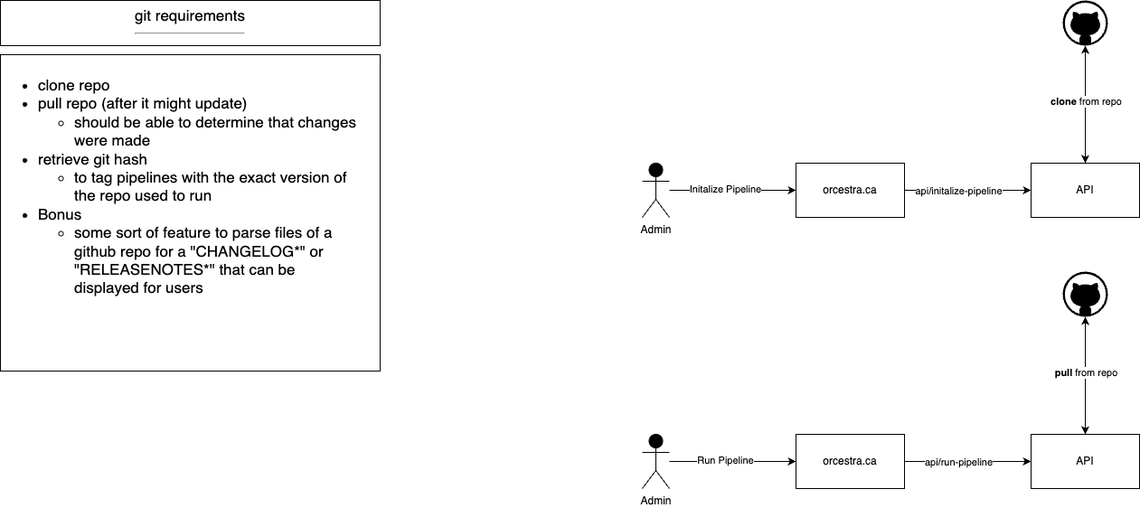
Earlier version of the draw.io export docs/requirements/git/git-requirements.drawio.png (bhklab/ORCESTRA-api). Source tidied: cells renumbered, new cells last; positions are measured from the earlier drawing's top-left corner, leaving out a move shared by most shapes. Its diagram source:
```xml
<mxGraphModel background="#FFFFFF">
  <root>
    <mxCell id="0" />
    <mxCell id="1" parent="0" />
    <mxCell id="2" value="git requirements&lt;br&gt;&lt;hr&gt;" style="whiteSpace=wrap;html=1;fontSize=17;align=center;verticalAlign=top;" parent="1" vertex="1">
      <mxGeometry width="420" height="50" as="geometry" />
    </mxCell>
    <mxCell id="3" value="&lt;ul&gt;&lt;li style=&quot;border-color: var(--border-color); text-align: left;&quot;&gt;clone repo&lt;/li&gt;&lt;li style=&quot;border-color: var(--border-color); text-align: left;&quot;&gt;pull repo (after it might update)&lt;/li&gt;&lt;ul&gt;&lt;li style=&quot;border-color: var(--border-color); text-align: left;&quot;&gt;should be able to determine that changes were made&lt;/li&gt;&lt;/ul&gt;&lt;li style=&quot;border-color: var(--border-color);&quot;&gt;retrieve git hash&amp;nbsp;&lt;/li&gt;&lt;ul&gt;&lt;li style=&quot;border-color: var(--border-color);&quot;&gt;to tag pipelines with the exact version of the repo used to run&amp;nbsp;&lt;/li&gt;&lt;/ul&gt;&lt;li style=&quot;border-color: var(--border-color);&quot;&gt;Bonus&lt;/li&gt;&lt;ul&gt;&lt;li style=&quot;border-color: var(--border-color);&quot;&gt;some sort of feature to parse files of a github repo for a &quot;CHANGELOG*&quot; or &quot;RELEASENOTES*&quot; that can be displayed for users&lt;/li&gt;&lt;/ul&gt;&lt;/ul&gt;" style="whiteSpace=wrap;html=1;fontSize=17;align=left;verticalAlign=top;spacingRight=18;" parent="1" vertex="1">
      <mxGeometry y="60" width="420" height="350" as="geometry" />
    </mxCell>
    <mxCell id="4" style="verticalLabelPosition=bottom;html=1;verticalAlign=top;align=center;strokeColor=none;fillColor=#000000;shape=mxgraph.azure.github_code;" parent="1" vertex="1">
      <mxGeometry x="1175" width="50" height="50" as="geometry" />
    </mxCell>
    <mxCell id="5" style="edgeStyle=none;html=1;entryX=0;entryY=0.5;entryDx=0;entryDy=0;fontColor=#000000;startArrow=none;startFill=0;" parent="1" edge="1" source="7" target="13">
      <mxGeometry relative="1" as="geometry" />
    </mxCell>
    <mxCell id="6" value="Initalize Pipeline" style="edgeLabel;html=1;align=center;verticalAlign=middle;fontColor=#000000;" parent="5" vertex="1">
      <mxGeometry x="-0.13" y="2" relative="1" as="geometry" />
    </mxCell>
    <mxCell id="7" value="Admin" style="shape=umlActor;verticalLabelPosition=bottom;verticalAlign=top;html=1;outlineConnect=0;fontColor=#000000;fillColor=#000000;" parent="1" vertex="1">
      <mxGeometry x="710" y="180" width="30" height="60" as="geometry" />
    </mxCell>
    <mxCell id="8" style="edgeStyle=none;html=1;entryX=0.5;entryY=1;entryDx=0;entryDy=0;entryPerimeter=0;fontColor=#000000;startArrow=classic;startFill=1;" parent="1" edge="1" source="10" target="4">
      <mxGeometry relative="1" as="geometry" />
    </mxCell>
    <mxCell id="9" value="&lt;b&gt;clone&lt;/b&gt; from repo" style="edgeLabel;html=1;align=center;verticalAlign=middle;fontColor=#000000;" parent="8" vertex="1">
      <mxGeometry x="0.06" y="4" relative="1" as="geometry">
        <mxPoint x="4" as="offset" />
      </mxGeometry>
    </mxCell>
    <mxCell id="10" value="API" style="whiteSpace=wrap;html=1;fontColor=#000000;fillColor=none;" parent="1" vertex="1">
      <mxGeometry x="1140" y="180" width="120" height="60" as="geometry" />
    </mxCell>
    <mxCell id="11" style="edgeStyle=none;html=1;entryX=0;entryY=0.5;entryDx=0;entryDy=0;fontColor=#000000;startArrow=none;startFill=0;" parent="1" edge="1" source="13" target="10">
      <mxGeometry relative="1" as="geometry" />
    </mxCell>
    <mxCell id="12" value="api/initalize-pipeline" style="edgeLabel;html=1;align=center;verticalAlign=middle;fontColor=#000000;" parent="11" vertex="1">
      <mxGeometry x="-0.16" relative="1" as="geometry" />
    </mxCell>
    <mxCell id="13" value="orcestra.ca" style="whiteSpace=wrap;html=1;fontColor=#000000;fillColor=none;" parent="1" vertex="1">
      <mxGeometry x="880" y="180" width="120" height="60" as="geometry" />
    </mxCell>
    <mxCell id="14" style="verticalLabelPosition=bottom;html=1;verticalAlign=top;align=center;strokeColor=none;fillColor=#000000;shape=mxgraph.azure.github_code;" parent="1" vertex="1">
      <mxGeometry x="1175" y="300" width="50" height="50" as="geometry" />
    </mxCell>
    <mxCell id="15" style="edgeStyle=none;html=1;entryX=0;entryY=0.5;entryDx=0;entryDy=0;fontColor=#000000;startArrow=none;startFill=0;" parent="1" edge="1" source="17" target="23">
      <mxGeometry relative="1" as="geometry" />
    </mxCell>
    <mxCell id="16" value="Run Pipeline" style="edgeLabel;html=1;align=center;verticalAlign=middle;fontColor=#000000;" parent="15" vertex="1">
      <mxGeometry x="-0.13" y="2" relative="1" as="geometry" />
    </mxCell>
    <mxCell id="17" value="Admin" style="shape=umlActor;verticalLabelPosition=bottom;verticalAlign=top;html=1;outlineConnect=0;fontColor=#000000;fillColor=#000000;" parent="1" vertex="1">
      <mxGeometry x="710" y="480" width="30" height="60" as="geometry" />
    </mxCell>
    <mxCell id="18" style="edgeStyle=none;html=1;entryX=0.5;entryY=1;entryDx=0;entryDy=0;entryPerimeter=0;fontColor=#000000;startArrow=classic;startFill=1;" parent="1" edge="1" source="20" target="14">
      <mxGeometry relative="1" as="geometry" />
    </mxCell>
    <mxCell id="19" value="&lt;b&gt;pull&lt;/b&gt; from repo" style="edgeLabel;html=1;align=center;verticalAlign=middle;fontColor=#000000;" parent="18" vertex="1">
      <mxGeometry x="0.06" y="4" relative="1" as="geometry">
        <mxPoint x="4" as="offset" />
      </mxGeometry>
    </mxCell>
    <mxCell id="20" value="API" style="whiteSpace=wrap;html=1;fontColor=#000000;fillColor=none;" parent="1" vertex="1">
      <mxGeometry x="1140" y="480" width="120" height="60" as="geometry" />
    </mxCell>
    <mxCell id="21" style="edgeStyle=none;html=1;entryX=0;entryY=0.5;entryDx=0;entryDy=0;fontColor=#000000;startArrow=none;startFill=0;" parent="1" edge="1" source="23" target="20">
      <mxGeometry relative="1" as="geometry" />
    </mxCell>
    <mxCell id="22" value="api/run-pipeline" style="edgeLabel;html=1;align=center;verticalAlign=middle;fontColor=#000000;" parent="21" vertex="1">
      <mxGeometry x="-0.16" relative="1" as="geometry" />
    </mxCell>
    <mxCell id="23" value="orcestra.ca" style="whiteSpace=wrap;html=1;fontColor=#000000;fillColor=none;" parent="1" vertex="1">
      <mxGeometry x="880" y="480" width="120" height="60" as="geometry" />
    </mxCell>
  </root>
</mxGraphModel>
```
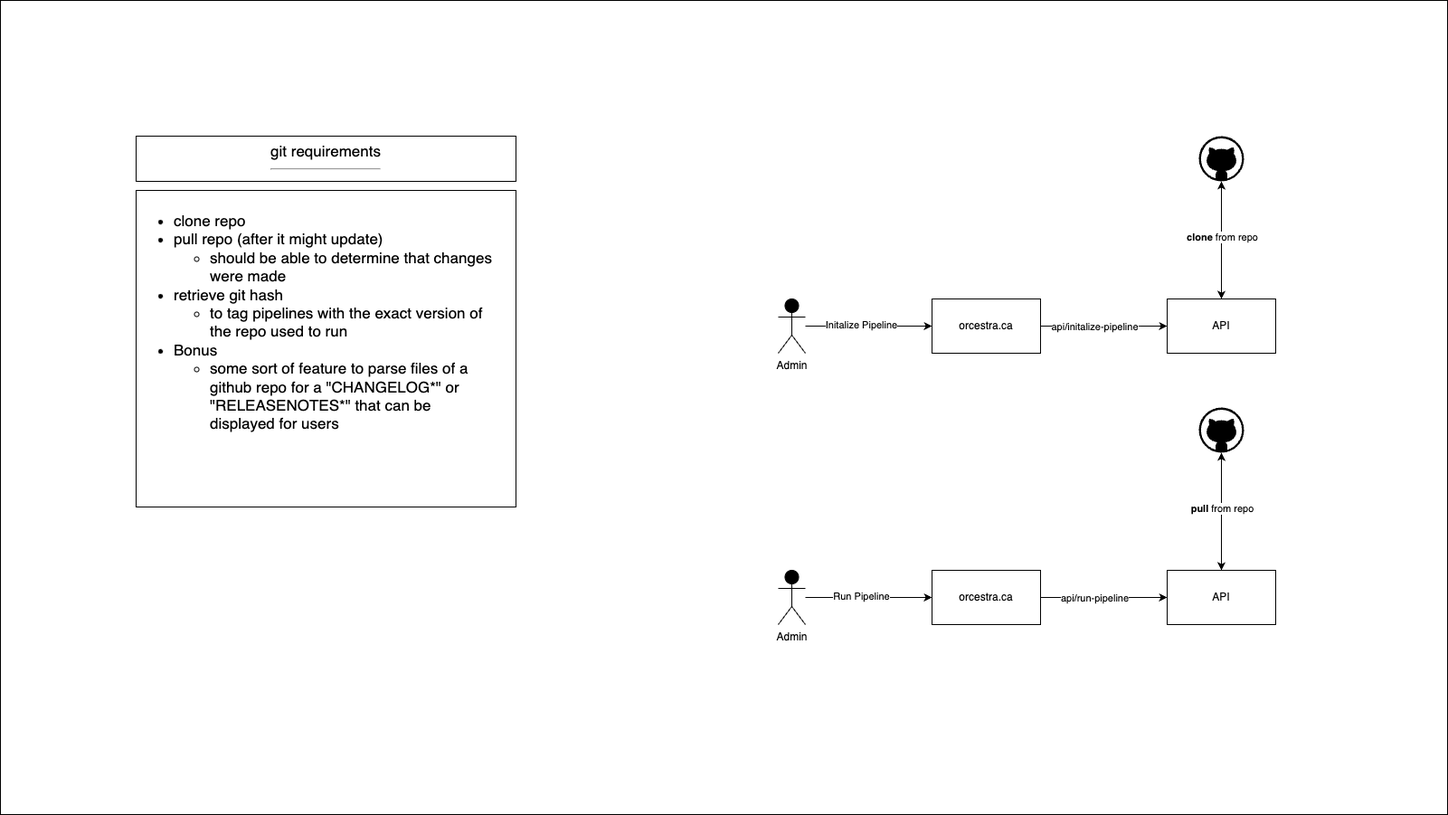
Above is the later version.

Change to the diagram source:
```diff
@@ -2,6 +2,9 @@
   <root>
     <mxCell id="0" />
     <mxCell id="1" parent="0" />
+    <mxCell id="24" style="html=1;dashed=0;whitespace=wrap;" parent="1" vertex="1">
+      <mxGeometry x="-150" y="-150" width="1600" height="900" as="geometry" />
+    </mxCell>
     <mxCell id="2" value="git requirements&lt;br&gt;&lt;hr&gt;" style="whiteSpace=wrap;html=1;fontSize=17;align=center;verticalAlign=top;" parent="1" vertex="1">
       <mxGeometry width="420" height="50" as="geometry" />
     </mxCell>
```
